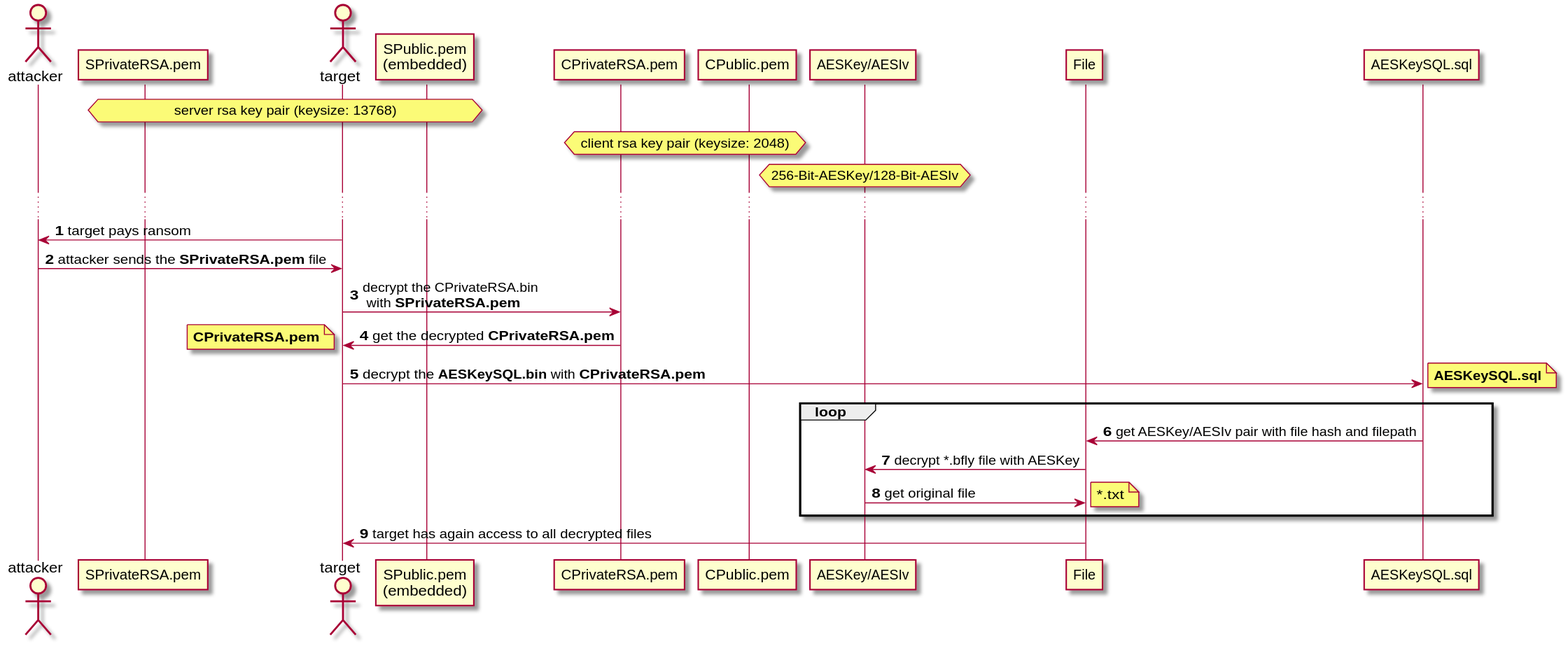
Earlier version of the PlantUML export architecture/sequence_diagrams/decryption.svg (bierschi/butterfly).
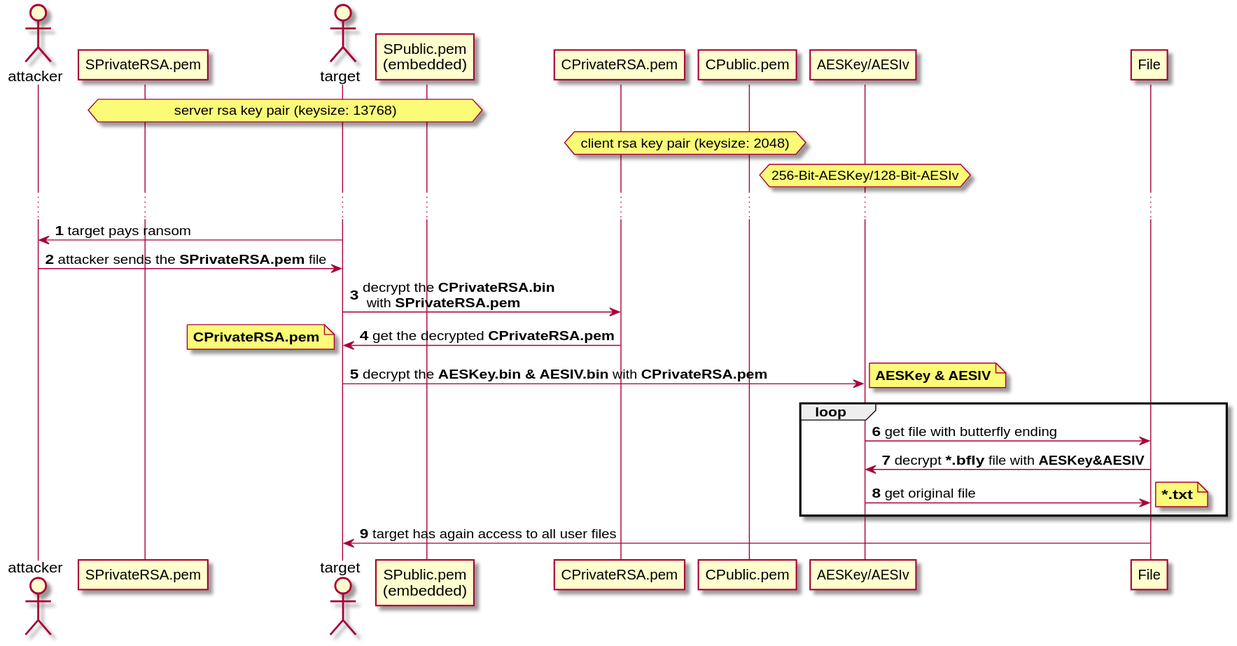
The same file after the commit.

Diff of the diagram source:
```diff
@@ -8,7 +8,6 @@
 participant CPublic.pem as CPublic
 participant "AESKey/AESIv" as AESKey
 participant File
-participant AESKeySQL.sql as AESKeySQL
 
 autonumber
 hnote over SPrivate, SPublic: server rsa key pair (keysize: 13768)
@@ -18,17 +17,18 @@
 attacker <- target: target pays ransom
 attacker -> target: attacker sends the **SPrivateRSA.pem** file
 
-target -> CPrivate: decrypt the CPrivateRSA.bin\n with **SPrivateRSA.pem**
+target -> CPrivate: decrypt the **CPrivateRSA.bin**\n with **SPrivateRSA.pem**
 CPrivate -> target: get the decrypted **CPrivateRSA.pem**
 note left: **CPrivateRSA.pem**
-target -> AESKeySQL: decrypt the **AESKeySQL.bin** with **CPrivateRSA.pem**
-note right: **AESKeySQL.sql**
+target -> AESKey: decrypt the **AESKey.bin & AESIV.bin** with **CPrivateRSA.pem**
+note right: **AESKey & AESIV**
+
 loop
-File <- AESKeySQL: get AESKey/AESIv pair with file hash and filepath
-File -> AESKey: decrypt *.bfly file with AESKey
+File <- AESKey: get file with butterfly ending
+File -> AESKey: decrypt ***.bfly** file with **AESKey&AESIV**
 File <- AESKey: get original file
-note right: ~*.txt
+note right: **~*.txt**
 end
-File -> target: target has again access to all decrypted files
+File -> target: target has again access to all user files
 
 @enduml
```
